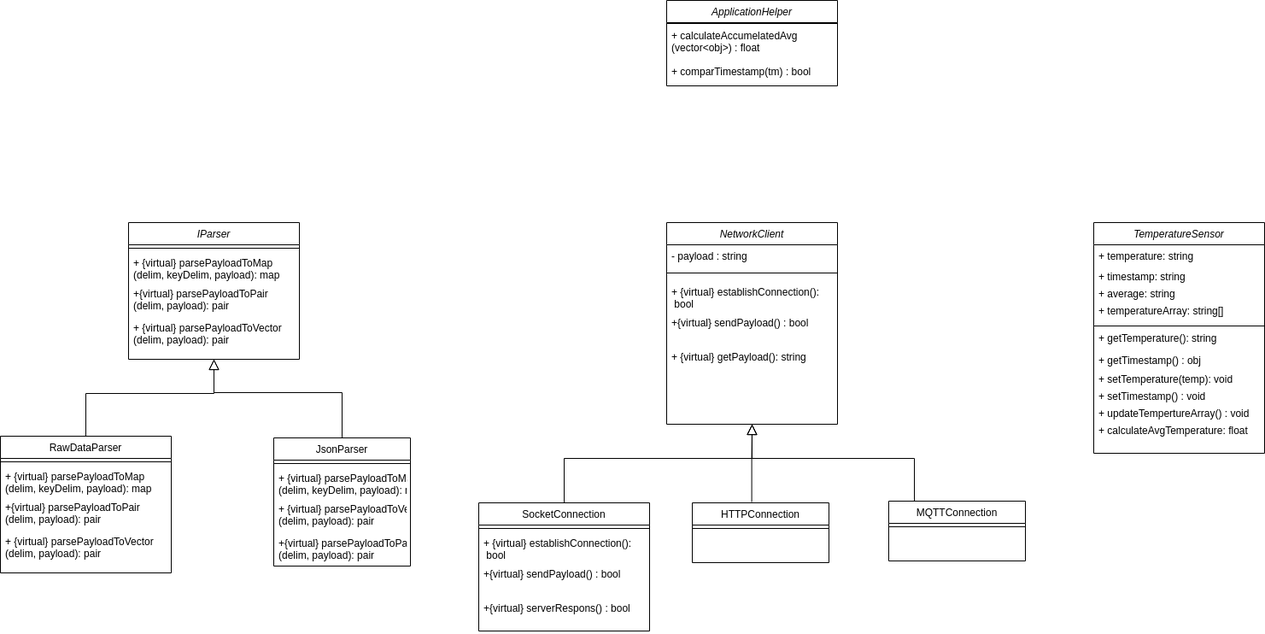
Above: document/readme/Class Digram-Client.png in OmarMohamedAwad/forest_fire_forecasting (draw.io), before the change. Source tidied: cells renumbered, new cells last; positions are measured from the earlier drawing's top-left corner, leaving out a move shared by most shapes. The source it was exported from:
```xml
<mxGraphModel>
  <root>
    <mxCell id="0" />
    <mxCell id="1" parent="0" />
    <mxCell id="2" value="IParser" style="swimlane;fontStyle=2;align=center;verticalAlign=top;horizontal=1;startSize=26;rounded=0;shadow=0;strokeWidth=1;" parent="1" vertex="1">
      <mxGeometry x="150" y="260" width="200" height="160" as="geometry" />
    </mxCell>
    <mxCell id="3" style="line;html=1;strokeWidth=1;align=left;verticalAlign=middle;spacingTop=-1;spacingLeft=3;spacingRight=3;labelPosition=right;" parent="2" vertex="1">
      <mxGeometry y="26" width="200" height="8" as="geometry" />
    </mxCell>
    <mxCell id="4" value="+ {virtual} parsePayloadToMap &#10;(delim, keyDelim, payload): map" style="text;align=left;verticalAlign=top;spacingLeft=4;spacingRight=4;overflow=hidden;" parent="2" vertex="1">
      <mxGeometry y="34" width="200" height="36" as="geometry" />
    </mxCell>
    <mxCell id="5" value="+{virtual} parsePayloadToPair &#10;(delim, payload): pair" style="text;align=left;verticalAlign=top;spacingLeft=4;spacingRight=4;overflow=hidden;" parent="2" vertex="1">
      <mxGeometry y="70" width="200" height="40" as="geometry" />
    </mxCell>
    <mxCell id="6" value="+ {virtual} parsePayloadToVector &#10;(delim, payload): pair" style="text;align=left;verticalAlign=top;spacingLeft=4;spacingRight=4;overflow=hidden;" parent="2" vertex="1">
      <mxGeometry y="110" width="200" height="40" as="geometry" />
    </mxCell>
    <mxCell id="7" value="RawDataParser" style="swimlane;fontStyle=0;align=center;verticalAlign=top;horizontal=1;startSize=26;rounded=0;shadow=0;strokeWidth=1;" parent="1" vertex="1">
      <mxGeometry y="510" width="200" height="160" as="geometry" />
    </mxCell>
    <mxCell id="8" style="line;html=1;strokeWidth=1;align=left;verticalAlign=middle;spacingTop=-1;spacingLeft=3;spacingRight=3;labelPosition=right;" parent="7" vertex="1">
      <mxGeometry y="26" width="200" height="8" as="geometry" />
    </mxCell>
    <mxCell id="9" value="+ {virtual} parsePayloadToMap &#10;(delim, keyDelim, payload): map" style="text;align=left;verticalAlign=top;spacingLeft=4;spacingRight=4;overflow=hidden;" parent="7" vertex="1">
      <mxGeometry y="34" width="200" height="36" as="geometry" />
    </mxCell>
    <mxCell id="10" value="+{virtual} parsePayloadToPair &#10;(delim, payload): pair" style="text;align=left;verticalAlign=top;spacingLeft=4;spacingRight=4;overflow=hidden;" parent="7" vertex="1">
      <mxGeometry y="70" width="200" height="40" as="geometry" />
    </mxCell>
    <mxCell id="11" value="+ {virtual} parsePayloadToVector &#10;(delim, payload): pair" style="text;align=left;verticalAlign=top;spacingLeft=4;spacingRight=4;overflow=hidden;" parent="7" vertex="1">
      <mxGeometry y="110" width="200" height="40" as="geometry" />
    </mxCell>
    <mxCell id="12" style="endArrow=block;endSize=10;endFill=0;shadow=0;strokeWidth=1;rounded=0;edgeStyle=elbowEdgeStyle;elbow=vertical;" parent="1" edge="1" source="7">
      <mxGeometry relative="1" as="geometry">
        <mxPoint x="250" y="420" as="targetPoint" />
        <Array as="points">
          <mxPoint x="270" y="460" />
        </Array>
      </mxGeometry>
    </mxCell>
    <mxCell id="13" value="JsonParser" style="swimlane;fontStyle=0;align=center;verticalAlign=top;horizontal=1;startSize=26;rounded=0;shadow=0;strokeWidth=1;" parent="1" vertex="1">
      <mxGeometry x="320" y="512" width="160" height="150" as="geometry" />
    </mxCell>
    <mxCell id="14" style="line;html=1;strokeWidth=1;align=left;verticalAlign=middle;spacingTop=-1;spacingLeft=3;spacingRight=3;labelPosition=right;" parent="13" vertex="1">
      <mxGeometry y="26" width="160" height="8" as="geometry" />
    </mxCell>
    <mxCell id="15" value="+ {virtual} parsePayloadToMap &#10;(delim, keyDelim, payload): map" style="text;align=left;verticalAlign=top;spacingLeft=4;spacingRight=4;overflow=hidden;" parent="13" vertex="1">
      <mxGeometry y="34" width="160" height="36" as="geometry" />
    </mxCell>
    <mxCell id="16" value="+ {virtual} parsePayloadToVector &#10;(delim, payload): pair" style="text;align=left;verticalAlign=top;spacingLeft=4;spacingRight=4;overflow=hidden;" parent="13" vertex="1">
      <mxGeometry y="70" width="160" height="40" as="geometry" />
    </mxCell>
    <mxCell id="17" value="+{virtual} parsePayloadToPair &#10;(delim, payload): pair" style="text;align=left;verticalAlign=top;spacingLeft=4;spacingRight=4;overflow=hidden;" parent="13" vertex="1">
      <mxGeometry y="110" width="160" height="40" as="geometry" />
    </mxCell>
    <mxCell id="18" style="endArrow=block;endSize=10;endFill=0;shadow=0;strokeWidth=1;rounded=0;edgeStyle=elbowEdgeStyle;elbow=vertical;entryX=0.5;entryY=1;entryDx=0;entryDy=0;" parent="1" edge="1" source="13" target="2">
      <mxGeometry relative="1" as="geometry">
        <Array as="points">
          <mxPoint x="270" y="459" />
        </Array>
      </mxGeometry>
    </mxCell>
    <mxCell id="19" value="NetworkClient" style="swimlane;fontStyle=2;align=center;verticalAlign=top;horizontal=1;startSize=26;rounded=0;shadow=0;strokeWidth=1;" parent="1" vertex="1">
      <mxGeometry x="780" y="260" width="200" height="236" as="geometry" />
    </mxCell>
    <mxCell id="20" value="- payload : string" style="text;align=left;verticalAlign=top;spacingLeft=4;spacingRight=4;overflow=hidden;" parent="19" vertex="1">
      <mxGeometry y="26" width="200" height="24" as="geometry" />
    </mxCell>
    <mxCell id="21" style="line;html=1;strokeWidth=1;align=left;verticalAlign=middle;spacingTop=-1;spacingLeft=3;spacingRight=3;labelPosition=right;" parent="19" vertex="1">
      <mxGeometry y="50" width="200" height="18" as="geometry" />
    </mxCell>
    <mxCell id="22" value="+ {virtual} establishConnection():&#10; bool" style="text;align=left;verticalAlign=top;spacingLeft=4;spacingRight=4;overflow=hidden;" parent="19" vertex="1">
      <mxGeometry y="68" width="200" height="36" as="geometry" />
    </mxCell>
    <mxCell id="23" value="+{virtual} sendPayload() : bool" style="text;align=left;verticalAlign=top;spacingLeft=4;spacingRight=4;overflow=hidden;" parent="19" vertex="1">
      <mxGeometry y="104" width="200" height="40" as="geometry" />
    </mxCell>
    <mxCell id="24" value="+ {virtual} getPayload(): string" style="text;align=left;verticalAlign=top;spacingLeft=4;spacingRight=4;overflow=hidden;" parent="19" vertex="1">
      <mxGeometry y="144" width="200" height="40" as="geometry" />
    </mxCell>
    <mxCell id="25" value="SocketConnection" style="swimlane;fontStyle=0;align=center;verticalAlign=top;horizontal=1;startSize=26;rounded=0;shadow=0;strokeWidth=1;" parent="1" vertex="1">
      <mxGeometry x="560" y="588" width="200" height="150" as="geometry" />
    </mxCell>
    <mxCell id="26" style="line;html=1;strokeWidth=1;align=left;verticalAlign=middle;spacingTop=-1;spacingLeft=3;spacingRight=3;labelPosition=right;" parent="25" vertex="1">
      <mxGeometry y="26" width="200" height="8" as="geometry" />
    </mxCell>
    <mxCell id="27" value="+ {virtual} establishConnection():&#10; bool" style="text;align=left;verticalAlign=top;spacingLeft=4;spacingRight=4;overflow=hidden;" parent="25" vertex="1">
      <mxGeometry y="34" width="200" height="36" as="geometry" />
    </mxCell>
    <mxCell id="28" value="+{virtual} sendPayload() : bool" style="text;align=left;verticalAlign=top;spacingLeft=4;spacingRight=4;overflow=hidden;" parent="25" vertex="1">
      <mxGeometry y="70" width="200" height="40" as="geometry" />
    </mxCell>
    <mxCell id="29" value="+{virtual} serverRespons() : bool" style="text;align=left;verticalAlign=top;spacingLeft=4;spacingRight=4;overflow=hidden;" parent="25" vertex="1">
      <mxGeometry y="110" width="200" height="40" as="geometry" />
    </mxCell>
    <mxCell id="30" style="endArrow=block;endSize=10;endFill=0;shadow=0;strokeWidth=1;rounded=0;edgeStyle=elbowEdgeStyle;elbow=vertical;" parent="1" edge="1" source="25">
      <mxGeometry relative="1" as="geometry">
        <mxPoint x="880" y="496" as="targetPoint" />
        <Array as="points">
          <mxPoint x="910" y="536" />
        </Array>
      </mxGeometry>
    </mxCell>
    <mxCell id="31" value="HTTPConnection" style="swimlane;fontStyle=0;align=center;verticalAlign=top;horizontal=1;startSize=26;rounded=0;shadow=0;strokeWidth=1;" parent="1" vertex="1">
      <mxGeometry x="810" y="588" width="160" height="70" as="geometry" />
    </mxCell>
    <mxCell id="32" style="line;html=1;strokeWidth=1;align=left;verticalAlign=middle;spacingTop=-1;spacingLeft=3;spacingRight=3;labelPosition=right;" parent="31" vertex="1">
      <mxGeometry y="26" width="160" height="8" as="geometry" />
    </mxCell>
    <mxCell id="33" style="endArrow=block;endSize=10;endFill=0;shadow=0;strokeWidth=1;rounded=0;edgeStyle=elbowEdgeStyle;elbow=vertical;exitX=0.435;exitY=-0.013;exitDx=0;exitDy=0;exitPerimeter=0;" parent="1" edge="1" source="31">
      <mxGeometry relative="1" as="geometry">
        <mxPoint x="880" y="496" as="targetPoint" />
        <Array as="points">
          <mxPoint x="910" y="535" />
        </Array>
      </mxGeometry>
    </mxCell>
    <mxCell id="34" value="MQTTConnection" style="swimlane;fontStyle=0;align=center;verticalAlign=top;horizontal=1;startSize=26;rounded=0;shadow=0;strokeWidth=1;" parent="1" vertex="1">
      <mxGeometry x="1040" y="586" width="160" height="70" as="geometry" />
    </mxCell>
    <mxCell id="35" style="line;html=1;strokeWidth=1;align=left;verticalAlign=middle;spacingTop=-1;spacingLeft=3;spacingRight=3;labelPosition=right;" parent="34" vertex="1">
      <mxGeometry y="26" width="160" height="8" as="geometry" />
    </mxCell>
    <mxCell id="36" style="endArrow=block;endSize=10;endFill=0;shadow=0;strokeWidth=1;rounded=0;edgeStyle=elbowEdgeStyle;elbow=vertical;" parent="1" edge="1" source="34">
      <mxGeometry relative="1" as="geometry">
        <mxPoint x="880" y="496" as="targetPoint" />
        <Array as="points">
          <mxPoint x="1070" y="536" />
        </Array>
      </mxGeometry>
    </mxCell>
    <mxCell id="37" value="TemperatureSensor" style="swimlane;fontStyle=2;align=center;verticalAlign=top;horizontal=1;startSize=26;rounded=0;shadow=0;strokeWidth=1;" parent="1" vertex="1">
      <mxGeometry x="1280" y="260" width="200" height="270" as="geometry" />
    </mxCell>
    <mxCell id="38" value="+ temperature: string" style="text;align=left;verticalAlign=top;spacingLeft=4;spacingRight=4;overflow=hidden;" parent="37" vertex="1">
      <mxGeometry y="26" width="200" height="24" as="geometry" />
    </mxCell>
    <mxCell id="39" value="+ timestamp: string" style="text;align=left;verticalAlign=top;spacingLeft=4;spacingRight=4;overflow=hidden;" parent="37" vertex="1">
      <mxGeometry y="50" width="200" height="20" as="geometry" />
    </mxCell>
    <mxCell id="40" value="+ average: string" style="text;align=left;verticalAlign=top;spacingLeft=4;spacingRight=4;overflow=hidden;" parent="37" vertex="1">
      <mxGeometry y="70" width="200" height="20" as="geometry" />
    </mxCell>
    <mxCell id="41" value="+ temperatureArray: string[]" style="text;align=left;verticalAlign=top;spacingLeft=4;spacingRight=4;overflow=hidden;" parent="37" vertex="1">
      <mxGeometry y="90" width="200" height="30" as="geometry" />
    </mxCell>
    <mxCell id="42" style="line;html=1;strokeWidth=1;align=left;verticalAlign=middle;spacingTop=-1;spacingLeft=3;spacingRight=3;labelPosition=right;" parent="37" vertex="1">
      <mxGeometry y="120" width="200" height="2" as="geometry" />
    </mxCell>
    <mxCell id="43" value="+ getTemperature(): string" style="text;align=left;verticalAlign=top;spacingLeft=4;spacingRight=4;overflow=hidden;" parent="37" vertex="1">
      <mxGeometry y="122" width="200" height="26" as="geometry" />
    </mxCell>
    <mxCell id="44" value="+ getTimestamp() : obj" style="text;align=left;verticalAlign=top;spacingLeft=4;spacingRight=4;overflow=hidden;" parent="37" vertex="1">
      <mxGeometry y="148" width="200" height="22" as="geometry" />
    </mxCell>
    <mxCell id="45" value="+ setTemperature(temp): void" style="text;align=left;verticalAlign=top;spacingLeft=4;spacingRight=4;overflow=hidden;" parent="37" vertex="1">
      <mxGeometry y="170" width="200" height="20" as="geometry" />
    </mxCell>
    <mxCell id="46" value="+ setTimestamp() : void" style="text;align=left;verticalAlign=top;spacingLeft=4;spacingRight=4;overflow=hidden;" parent="37" vertex="1">
      <mxGeometry y="190" width="200" height="20" as="geometry" />
    </mxCell>
    <mxCell id="47" value="+ updateTempertureArray() : void" style="text;align=left;verticalAlign=top;spacingLeft=4;spacingRight=4;overflow=hidden;" parent="37" vertex="1">
      <mxGeometry y="210" width="200" height="20" as="geometry" />
    </mxCell>
    <mxCell id="48" value="+ calculateAvgTemperature: float" style="text;align=left;verticalAlign=top;spacingLeft=4;spacingRight=4;overflow=hidden;" parent="37" vertex="1">
      <mxGeometry y="230" width="200" height="40" as="geometry" />
    </mxCell>
    <mxCell id="49" value="ApplicationHelper" style="swimlane;fontStyle=2;align=center;verticalAlign=top;horizontal=1;startSize=26;rounded=0;shadow=0;strokeWidth=1;" parent="1" vertex="1">
      <mxGeometry x="780" width="200" height="100" as="geometry" />
    </mxCell>
    <mxCell id="50" style="line;html=1;strokeWidth=1;align=left;verticalAlign=middle;spacingTop=-1;spacingLeft=3;spacingRight=3;labelPosition=right;" parent="49" vertex="1">
      <mxGeometry y="26" width="200" height="2" as="geometry" />
    </mxCell>
    <mxCell id="51" value="+ calculateAccumelatedAvg&#10;(vector&lt;obj&gt;) : float" style="text;align=left;verticalAlign=top;spacingLeft=4;spacingRight=4;overflow=hidden;" parent="49" vertex="1">
      <mxGeometry y="28" width="200" height="42" as="geometry" />
    </mxCell>
    <mxCell id="52" value="+ comparTimestamp(tm) : bool" style="text;align=left;verticalAlign=top;spacingLeft=4;spacingRight=4;overflow=hidden;" parent="49" vertex="1">
      <mxGeometry y="70" width="200" height="22" as="geometry" />
    </mxCell>
  </root>
</mxGraphModel>
```
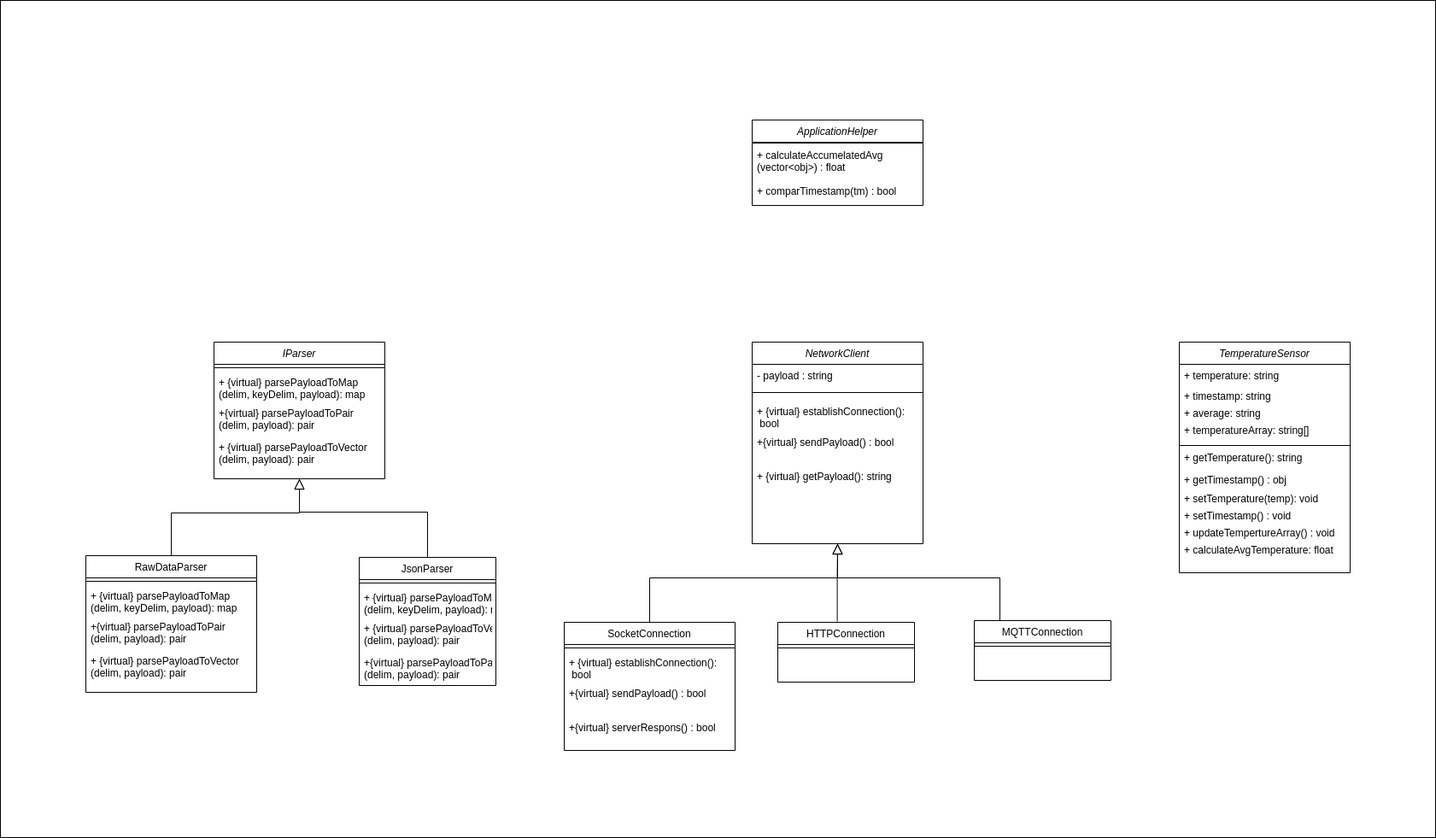
After the change.

What changed in the source:
```diff
@@ -2,6 +2,9 @@
   <root>
     <mxCell id="0" />
     <mxCell id="1" parent="0" />
+    <mxCell id="53" style="rounded=0;whiteSpace=wrap;html=1;" parent="1" vertex="1">
+      <mxGeometry x="-100" y="-140" width="1680" height="980" as="geometry" />
+    </mxCell>
     <mxCell id="2" value="IParser" style="swimlane;fontStyle=2;align=center;verticalAlign=top;horizontal=1;startSize=26;rounded=0;shadow=0;strokeWidth=1;" parent="1" vertex="1">
       <mxGeometry x="150" y="260" width="200" height="160" as="geometry" />
     </mxCell>
```
